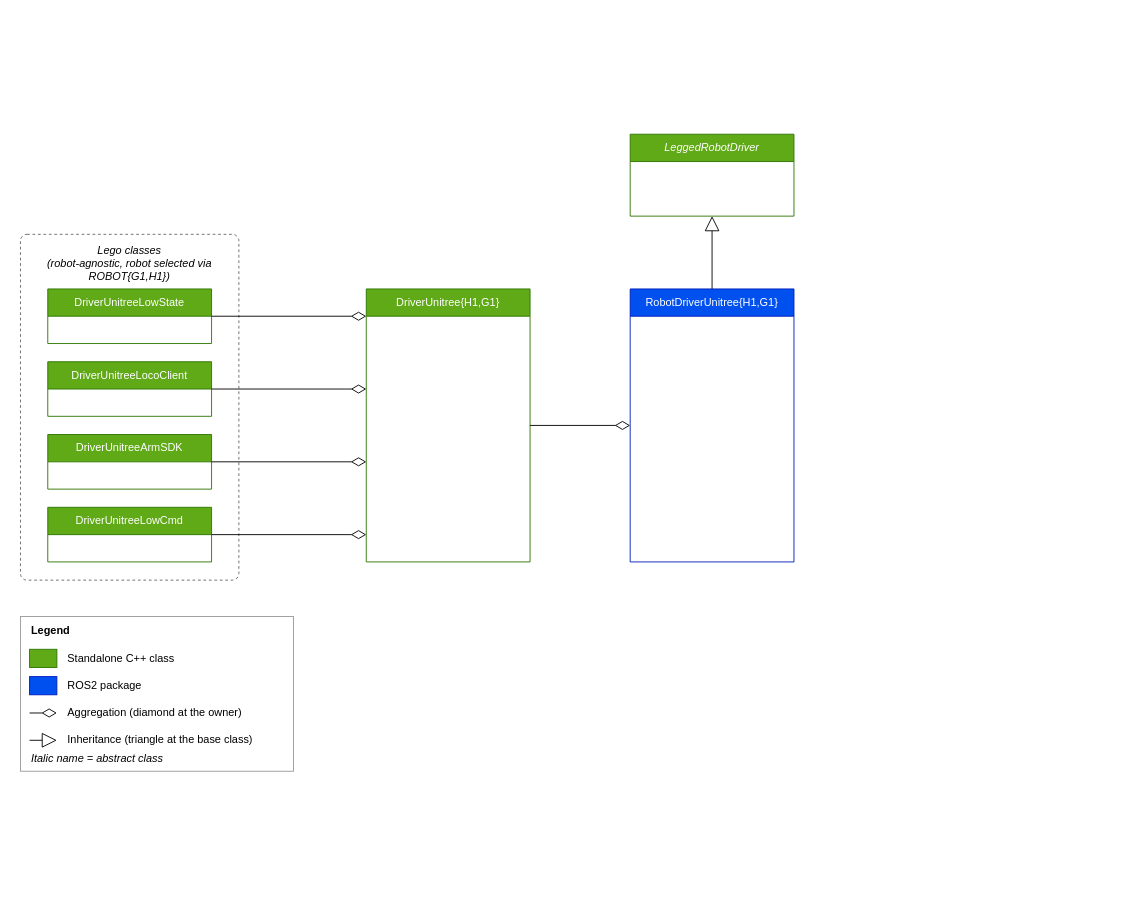
Above: design/software_design.drawio in Adorno-Lab/unitree_drivers (draw.io), before the change. Source tidied: cells renumbered, new cells numbered last; positions are measured from the earlier drawing's top-left corner, leaving out a move shared by most shapes. Both pictures are drawn from the tidied source at 91%, with x=0, y=0 at pixel (20, 134).
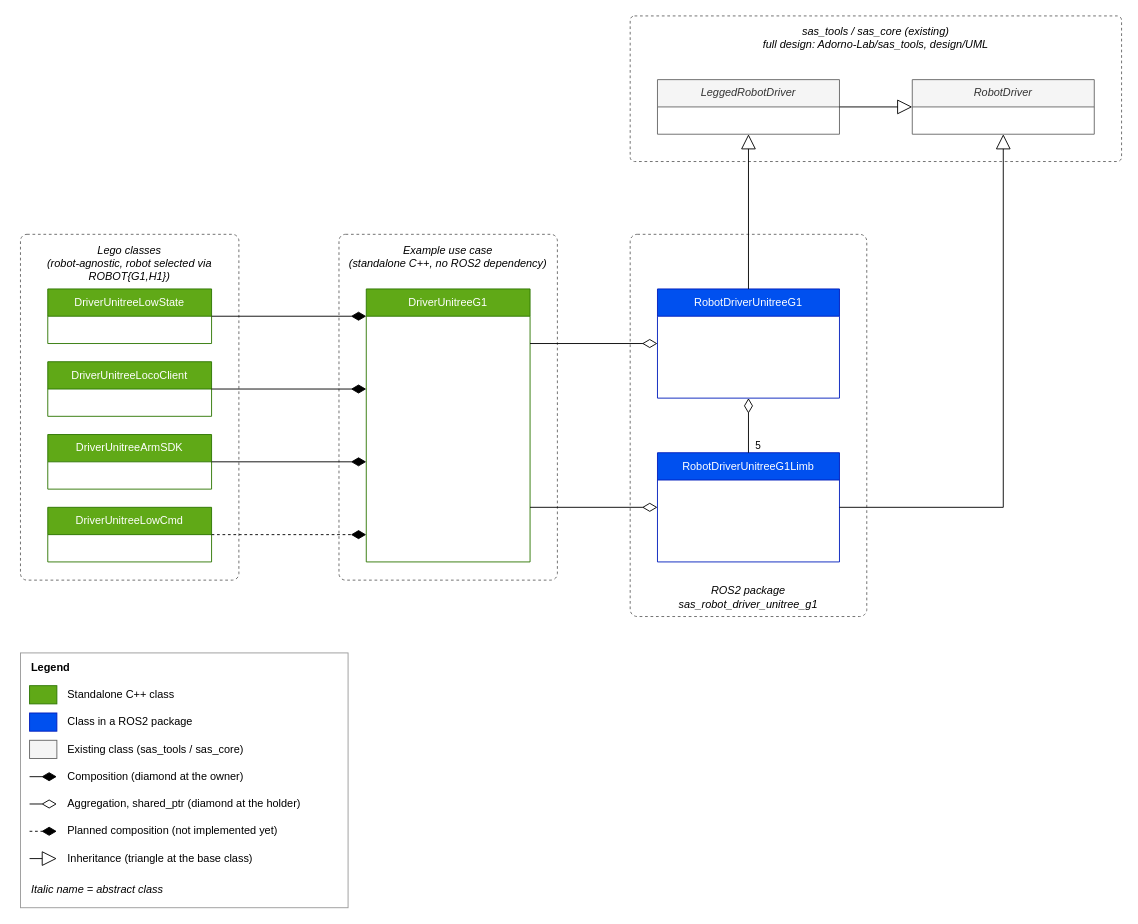
The same page after the edit.

Commit message (it also covers changes not shown here):
update the UML to include the newest sas_tool design

The change refers to these unchanged cells:
```xml
<mxCell id="3" value="DriverUnitreeLowState" style="swimlane;fontStyle=0;horizontal=1;startSize=30;whiteSpace=wrap;html=1;fillColor=#60a917;fontColor=#ffffff;strokeColor=#2D7600;" parent="1" vertex="1">
  <mxGeometry x="30" y="170" width="180" height="60" as="geometry" />
</mxCell>
<mxCell id="4" value="DriverUnitreeLocoClient" style="swimlane;fontStyle=0;horizontal=1;startSize=30;whiteSpace=wrap;html=1;fillColor=#60a917;fontColor=#ffffff;strokeColor=#2D7600;" parent="1" vertex="1">
  <mxGeometry x="30" y="250" width="180" height="60" as="geometry" />
</mxCell>
<mxCell id="5" value="DriverUnitreeArmSDK" style="swimlane;fontStyle=0;horizontal=1;startSize=30;whiteSpace=wrap;html=1;fillColor=#60a917;fontColor=#ffffff;strokeColor=#2D7600;" parent="1" vertex="1">
  <mxGeometry x="30" y="330" width="180" height="60" as="geometry" />
</mxCell>
<mxCell id="6" value="DriverUnitreeLowCmd" style="swimlane;fontStyle=0;horizontal=1;startSize=30;whiteSpace=wrap;html=1;fillColor=#60a917;fontColor=#ffffff;strokeColor=#2D7600;" parent="1" vertex="1">
  <mxGeometry x="30" y="410" width="180" height="60" as="geometry" />
</mxCell>
```

Change to the diagram source:
```diff
@@
+    <mxCell id="27" value="Example use case&lt;br&gt;(standalone C++, no ROS2 dependency)" style="rounded=1;arcSize=3;dashed=1;fillColor=none;strokeColor=#666666;verticalAlign=top;align=center;fontStyle=2;whiteSpace=wrap;html=1;spacingTop=4;" parent="1" vertex="1">
+      <mxGeometry x="350" y="110" width="240" height="380" as="geometry" />
+    </mxCell>
@@
-    <mxCell id="7" value="DriverUnitree{H1,G1}" style="swimlane;fontStyle=0;horizontal=1;startSize=30;whiteSpace=wrap;html=1;fillColor=#60a917;fontColor=#ffffff;strokeColor=#2D7600;" parent="1" vertex="1">
+    <mxCell id="7" value="DriverUnitreeG1" style="swimlane;fontStyle=0;horizontal=1;startSize=30;whiteSpace=wrap;html=1;fillColor=#60a917;fontColor=#ffffff;strokeColor=#2D7600;" parent="1" vertex="1">
       <mxGeometry x="380" y="170" width="180" height="300" as="geometry" />
     </mxCell>
-    <mxCell id="8" value="RobotDriverUnitree{H1,G1}" style="swimlane;fontStyle=0;horizontal=1;startSize=30;whiteSpace=wrap;html=1;fillColor=#0050ef;fontColor=#ffffff;strokeColor=#001DBC;" parent="1" vertex="1">
-      <mxGeometry x="670" y="170" width="180" height="300" as="geometry" />
-    </mxCell>
-    <mxCell id="9" value="LeggedRobotDriver" style="swimlane;fontStyle=2;horizontal=1;startSize=30;whiteSpace=wrap;html=1;fillColor=#60a917;fontColor=#ffffff;strokeColor=#2D7600;" parent="1" vertex="1">
-      <mxGeometry x="670" width="180" height="90" as="geometry" />
-    </mxCell>
-    <mxCell id="10" style="edgeStyle=orthogonalEdgeStyle;rounded=0;jettySize=auto;html=1;exitX=1;exitY=0.5;exitDx=0;exitDy=0;entryX=0;entryY=0.1;entryDx=0;entryDy=0;endArrow=diamondThin;endFill=0;endSize=14;" parent="1" edge="1" source="3" target="7">
+    <mxCell id="10" style="edgeStyle=orthogonalEdgeStyle;rounded=0;jettySize=auto;html=1;exitX=1;exitY=0.5;exitDx=0;exitDy=0;entryX=0;entryY=0.1;entryDx=0;entryDy=0;endArrow=diamondThin;endFill=1;endSize=14;" parent="1" edge="1" source="3" target="7">
       <mxGeometry relative="1" as="geometry" />
     </mxCell>
-    <mxCell id="11" style="edgeStyle=orthogonalEdgeStyle;rounded=0;jettySize=auto;html=1;exitX=1;exitY=0.5;exitDx=0;exitDy=0;entryX=0;entryY=0.3667;entryDx=0;entryDy=0;endArrow=diamondThin;endFill=0;endSize=14;" parent="1" edge="1" source="4" target="7">
+    <mxCell id="11" style="edgeStyle=orthogonalEdgeStyle;rounded=0;jettySize=auto;html=1;exitX=1;exitY=0.5;exitDx=0;exitDy=0;entryX=0;entryY=0.3667;entryDx=0;entryDy=0;endArrow=diamondThin;endFill=1;endSize=14;" parent="1" edge="1" source="4" target="7">
       <mxGeometry relative="1" as="geometry" />
     </mxCell>
-    <mxCell id="12" style="edgeStyle=orthogonalEdgeStyle;rounded=0;jettySize=auto;html=1;exitX=1;exitY=0.5;exitDx=0;exitDy=0;entryX=0;entryY=0.6333;entryDx=0;entryDy=0;endArrow=diamondThin;endFill=0;endSize=14;" parent="1" edge="1" source="5" target="7">
+    <mxCell id="12" style="edgeStyle=orthogonalEdgeStyle;rounded=0;jettySize=auto;html=1;exitX=1;exitY=0.5;exitDx=0;exitDy=0;entryX=0;entryY=0.6333;entryDx=0;entryDy=0;endArrow=diamondThin;endFill=1;endSize=14;" parent="1" edge="1" source="5" target="7">
       <mxGeometry relative="1" as="geometry" />
     </mxCell>
-    <mxCell id="13" style="edgeStyle=orthogonalEdgeStyle;rounded=0;jettySize=auto;html=1;exitX=1;exitY=0.5;exitDx=0;exitDy=0;entryX=0;entryY=0.9;entryDx=0;entryDy=0;endArrow=diamondThin;endFill=0;endSize=14;" parent="1" edge="1" source="6" target="7">
+    <mxCell id="13" style="edgeStyle=orthogonalEdgeStyle;rounded=0;jettySize=auto;html=1;exitX=1;exitY=0.5;exitDx=0;exitDy=0;entryX=0;entryY=0.9;entryDx=0;entryDy=0;endArrow=diamondThin;endFill=1;endSize=14;dashed=1;" parent="1" edge="1" source="6" target="7">
       <mxGeometry relative="1" as="geometry" />
     </mxCell>
+    <mxCell id="28" value="sas_tools / sas_core (existing)&lt;br&gt;full design: Adorno-Lab/sas_tools, design/UML" style="rounded=1;arcSize=3;dashed=1;fillColor=none;strokeColor=#666666;verticalAlign=top;align=center;fontStyle=2;whiteSpace=wrap;html=1;spacingTop=4;" parent="1" vertex="1">
+      <mxGeometry x="670" y="-130" width="540" height="160" as="geometry" />
+    </mxCell>
+    <mxCell id="29" value="ROS2 package&lt;br&gt;sas_robot_driver_unitree_g1" style="rounded=1;arcSize=3;dashed=1;fillColor=none;strokeColor=#666666;verticalAlign=bottom;align=center;fontStyle=2;whiteSpace=wrap;html=1;spacingBottom=4;" parent="1" vertex="1">
+      <mxGeometry x="670" y="110" width="260" height="420" as="geometry" />
+    </mxCell>
+    <mxCell id="9" value="LeggedRobotDriver" style="swimlane;fontStyle=2;horizontal=1;startSize=30;whiteSpace=wrap;html=1;fillColor=#f5f5f5;fontColor=#333333;strokeColor=#666666;" parent="1" vertex="1">
+      <mxGeometry x="700" y="-60" width="200" height="60" as="geometry" />
+    </mxCell>
+    <mxCell id="30" value="RobotDriver" style="swimlane;fontStyle=2;horizontal=1;startSize=30;whiteSpace=wrap;html=1;fillColor=#f5f5f5;fontColor=#333333;strokeColor=#666666;" parent="1" vertex="1">
+      <mxGeometry x="980" y="-60" width="200" height="60" as="geometry" />
+    </mxCell>
+    <mxCell id="8" value="RobotDriverUnitreeG1" style="swimlane;fontStyle=0;horizontal=1;startSize=30;whiteSpace=wrap;html=1;fillColor=#0050ef;fontColor=#ffffff;strokeColor=#001DBC;" parent="1" vertex="1">
+      <mxGeometry x="700" y="170" width="200" height="120" as="geometry" />
+    </mxCell>
+    <mxCell id="31" value="RobotDriverUnitreeG1Limb" style="swimlane;fontStyle=0;horizontal=1;startSize=30;whiteSpace=wrap;html=1;fillColor=#0050ef;fontColor=#ffffff;strokeColor=#001DBC;" parent="1" vertex="1">
+      <mxGeometry x="700" y="350" width="200" height="120" as="geometry" />
+    </mxCell>
-    <mxCell id="14" style="edgeStyle=orthogonalEdgeStyle;rounded=0;jettySize=auto;html=1;exitX=1;exitY=0.5;exitDx=0;exitDy=0;entryX=0;entryY=0.5;entryDx=0;entryDy=0;endArrow=diamondThin;endFill=0;endSize=14;" parent="1" edge="1" source="7" target="8">
+    <mxCell id="14" style="edgeStyle=orthogonalEdgeStyle;rounded=0;jettySize=auto;html=1;exitX=1;exitY=0.2;exitDx=0;exitDy=0;entryX=0;entryY=0.5;entryDx=0;entryDy=0;endArrow=diamondThin;endFill=0;endSize=14;" parent="1" edge="1" source="7" target="8">
       <mxGeometry relative="1" as="geometry" />
     </mxCell>
+    <mxCell id="32" style="edgeStyle=orthogonalEdgeStyle;rounded=0;jettySize=auto;html=1;exitX=1;exitY=0.8;exitDx=0;exitDy=0;entryX=0;entryY=0.5;entryDx=0;entryDy=0;endArrow=diamondThin;endFill=0;endSize=14;" parent="1" edge="1" source="7" target="31">
+      <mxGeometry relative="1" as="geometry" />
+    </mxCell>
+    <mxCell id="33" style="edgeStyle=orthogonalEdgeStyle;rounded=0;jettySize=auto;html=1;exitX=0.5;exitY=0;exitDx=0;exitDy=0;entryX=0.5;entryY=1;entryDx=0;entryDy=0;endArrow=diamondThin;endFill=0;endSize=14;" parent="1" edge="1" source="31" target="8">
+      <mxGeometry relative="1" as="geometry" />
+    </mxCell>
+    <mxCell id="34" value="5" style="edgeLabel;html=1;align=left;verticalAlign=middle;" parent="33" vertex="1">
+      <mxGeometry x="-0.7" relative="1" as="geometry">
+        <mxPoint x="6" as="offset" />
+      </mxGeometry>
+    </mxCell>
@@
+    <mxCell id="35" style="edgeStyle=orthogonalEdgeStyle;rounded=0;jettySize=auto;html=1;exitX=1;exitY=0.5;exitDx=0;exitDy=0;entryX=0;entryY=0.5;entryDx=0;entryDy=0;endArrow=block;endFill=0;endSize=14;" parent="1" edge="1" source="9" target="30">
+      <mxGeometry relative="1" as="geometry" />
+    </mxCell>
+    <mxCell id="36" style="edgeStyle=orthogonalEdgeStyle;rounded=0;jettySize=auto;html=1;exitX=1;exitY=0.5;exitDx=0;exitDy=0;entryX=0.5;entryY=1;entryDx=0;entryDy=0;endArrow=block;endFill=0;endSize=14;" parent="1" edge="1" source="31" target="30">
+      <mxGeometry relative="1" as="geometry" />
+    </mxCell>
     <mxCell id="16" style="rounded=0;fillColor=none;strokeColor=#999999;whiteSpace=wrap;html=1;" parent="1" vertex="1">
-      <mxGeometry y="530" width="300" height="170" as="geometry" />
+      <mxGeometry y="570" width="360" height="280" as="geometry" />
     </mxCell>
     <mxCell id="17" value="Legend" style="text;html=1;align=left;verticalAlign=middle;fontStyle=1;" parent="1" vertex="1">
-      <mxGeometry x="10" y="536" width="80" height="20" as="geometry" />
+      <mxGeometry x="10" y="576" width="80" height="20" as="geometry" />
     </mxCell>
     <mxCell id="18" style="rounded=0;whiteSpace=wrap;html=1;fillColor=#60a917;strokeColor=#2D7600;" parent="1" vertex="1">
-      <mxGeometry x="10" y="566" width="30" height="20" as="geometry" />
+      <mxGeometry x="10" y="606" width="30" height="20" as="geometry" />
     </mxCell>
     <mxCell id="19" value="Standalone C++ class" style="text;html=1;align=left;verticalAlign=middle;" parent="1" vertex="1">
-      <mxGeometry x="50" y="566" width="160" height="20" as="geometry" />
+      <mxGeometry x="50" y="606" width="300" height="20" as="geometry" />
     </mxCell>
     <mxCell id="20" style="rounded=0;whiteSpace=wrap;html=1;fillColor=#0050ef;strokeColor=#001DBC;" parent="1" vertex="1">
-      <mxGeometry x="10" y="596" width="30" height="20" as="geometry" />
+      <mxGeometry x="10" y="636" width="30" height="20" as="geometry" />
     </mxCell>
-    <mxCell id="21" value="ROS2 package" style="text;html=1;align=left;verticalAlign=middle;" parent="1" vertex="1">
-      <mxGeometry x="50" y="596" width="160" height="20" as="geometry" />
+    <mxCell id="21" value="Class in a ROS2 package" style="text;html=1;align=left;verticalAlign=middle;" parent="1" vertex="1">
+      <mxGeometry x="50" y="636" width="300" height="20" as="geometry" />
     </mxCell>
+    <mxCell id="37" style="rounded=0;whiteSpace=wrap;html=1;fillColor=#f5f5f5;strokeColor=#666666;" parent="1" vertex="1">
+      <mxGeometry x="10" y="666" width="30" height="20" as="geometry" />
+    </mxCell>
+    <mxCell id="38" value="Existing class (sas_tools / sas_core)" style="text;html=1;align=left;verticalAlign=middle;" parent="1" vertex="1">
+      <mxGeometry x="50" y="666" width="300" height="20" as="geometry" />
+    </mxCell>
+    <mxCell id="39" style="endArrow=diamondThin;endFill=1;endSize=14;html=1;" parent="1" edge="1">
+      <mxGeometry relative="1" as="geometry">
+        <mxPoint x="10" y="706" as="sourcePoint" />
+        <mxPoint x="40" y="706" as="targetPoint" />
+      </mxGeometry>
+    </mxCell>
+    <mxCell id="40" value="Composition (diamond at the owner)" style="text;html=1;align=left;verticalAlign=middle;" parent="1" vertex="1">
+      <mxGeometry x="50" y="696" width="300" height="20" as="geometry" />
+    </mxCell>
     <mxCell id="22" style="endArrow=diamondThin;endFill=0;endSize=14;html=1;" parent="1" edge="1">
       <mxGeometry relative="1" as="geometry">
-        <mxPoint x="10" y="636" as="sourcePoint" />
-        <mxPoint x="40" y="636" as="targetPoint" />
+        <mxPoint x="10" y="736" as="sourcePoint" />
+        <mxPoint x="40" y="736" as="targetPoint" />
       </mxGeometry>
     </mxCell>
-    <mxCell id="23" value="Aggregation (diamond at the owner)" style="text;html=1;align=left;verticalAlign=middle;" parent="1" vertex="1">
-      <mxGeometry x="50" y="626" width="250" height="20" as="geometry" />
+    <mxCell id="23" value="Aggregation, shared_ptr (diamond at the holder)" style="text;html=1;align=left;verticalAlign=middle;" parent="1" vertex="1">
+      <mxGeometry x="50" y="726" width="300" height="20" as="geometry" />
     </mxCell>
+    <mxCell id="41" style="endArrow=diamondThin;endFill=1;endSize=14;html=1;dashed=1;" parent="1" edge="1">
+      <mxGeometry relative="1" as="geometry">
+        <mxPoint x="10" y="766" as="sourcePoint" />
+        <mxPoint x="40" y="766" as="targetPoint" />
+      </mxGeometry>
+    </mxCell>
+    <mxCell id="42" value="Planned composition (not implemented yet)" style="text;html=1;align=left;verticalAlign=middle;" parent="1" vertex="1">
+      <mxGeometry x="50" y="756" width="300" height="20" as="geometry" />
+    </mxCell>
     <mxCell id="24" style="endArrow=block;endFill=0;endSize=14;html=1;" parent="1" edge="1">
       <mxGeometry relative="1" as="geometry">
-        <mxPoint x="10" y="666" as="sourcePoint" />
-        <mxPoint x="40" y="666" as="targetPoint" />
+        <mxPoint x="10" y="796" as="sourcePoint" />
+        <mxPoint x="40" y="796" as="targetPoint" />
       </mxGeometry>
     </mxCell>
     <mxCell id="25" value="Inheritance (triangle at the base class)" style="text;html=1;align=left;verticalAlign=middle;" parent="1" vertex="1">
-      <mxGeometry x="50" y="656" width="250" height="20" as="geometry" />
+      <mxGeometry x="50" y="786" width="300" height="20" as="geometry" />
     </mxCell>
     <mxCell id="26" value="Italic name = abstract class" style="text;html=1;align=left;verticalAlign=middle;fontStyle=2;" parent="1" vertex="1">
-      <mxGeometry x="10" y="676" width="200" height="20" as="geometry" />
+      <mxGeometry x="10" y="820" width="300" height="20" as="geometry" />
     </mxCell>
```
